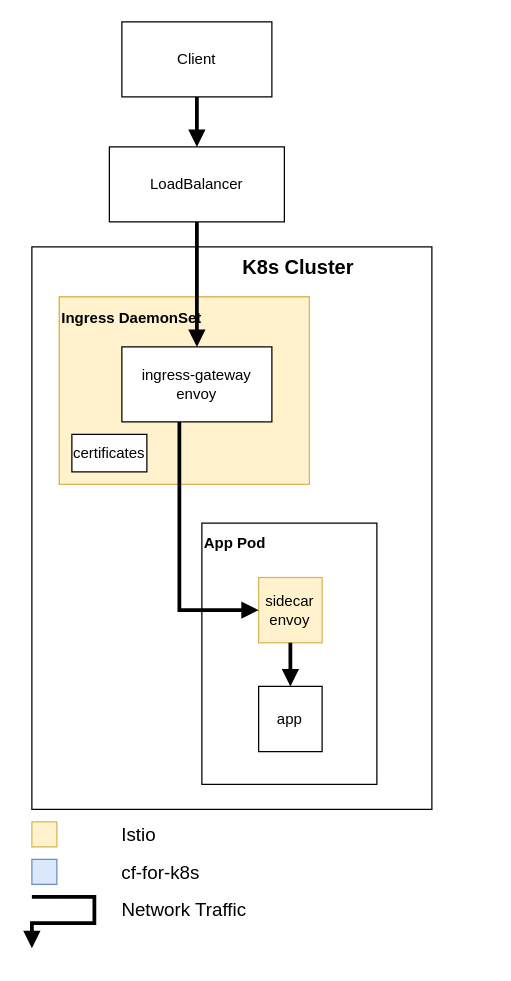
Earlier version of the draw.io diagram doc/PhysicalNetwork.drawio (akhinos/cf4k8s-networking). Source tidied: cells renumbered, new cells numbered last; positions are measured from the earlier drawing's top-left corner, leaving out a move shared by most shapes. Both pictures are drawn from the tidied source at 125%, with x=0, y=0 at pixel (31, 21).
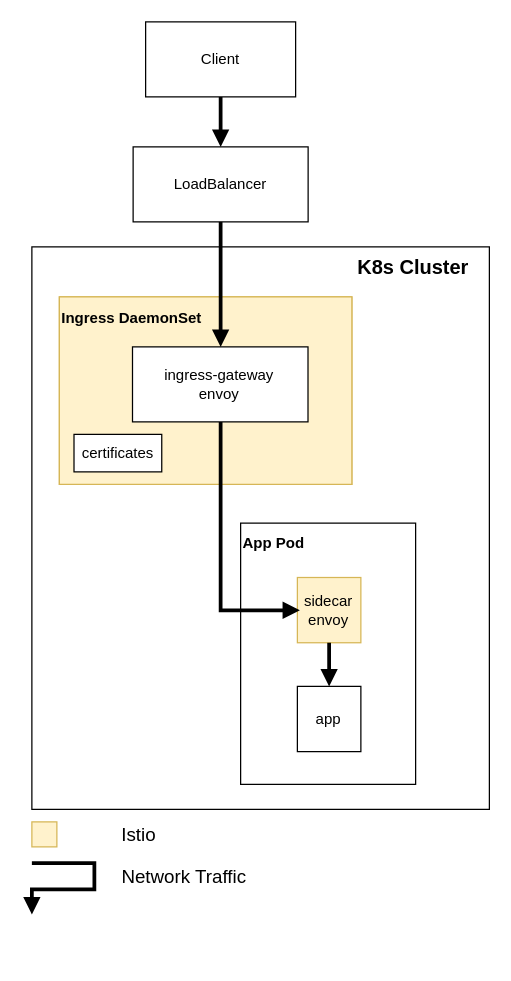
After the change.

Commit message (it also covers changes not shown here):
Remove unused legend from PhysicalNetwork

The change refers to these unchanged cells:
```xml
<mxCell id="8" value="sidecar&lt;br&gt;envoy" style="rounded=0;whiteSpace=wrap;html=1;fillColor=#fff2cc;strokeColor=#d6b656;" parent="6" vertex="1">
  <mxGeometry x="25.4" y="43.5" width="50.8" height="52.2" as="geometry" />
</mxCell>
<mxCell id="16" style="group;" parent="1" vertex="1">
  <mxGeometry y="640" width="180" height="81" as="geometry" />
</mxCell>
```

What changed in the source:
```diff
@@
-    <mxCell id="2" value="&amp;nbsp; &amp;nbsp; &amp;nbsp; &amp;nbsp; &amp;nbsp; &amp;nbsp; &amp;nbsp; &amp;nbsp; &amp;nbsp; &amp;nbsp; &amp;nbsp; &amp;nbsp; K8s Cluster" style="rounded=0;whiteSpace=wrap;html=1;fontSize=16;fontStyle=1;verticalAlign=top;" parent="1" vertex="1">
-      <mxGeometry y="180" width="320" height="450" as="geometry" />
+    <mxCell id="2" value="&amp;nbsp; &amp;nbsp; &amp;nbsp; &amp;nbsp; &amp;nbsp; &amp;nbsp; &amp;nbsp; &amp;nbsp; &amp;nbsp; &amp;nbsp; &amp;nbsp; &amp;nbsp; &amp;nbsp; &amp;nbsp; &amp;nbsp; &amp;nbsp; &amp;nbsp; &amp;nbsp; &amp;nbsp; &amp;nbsp; &amp;nbsp; &amp;nbsp; &amp;nbsp; &amp;nbsp; &amp;nbsp; &amp;nbsp; &amp;nbsp; &amp;nbsp;K8s Cluster" style="rounded=0;whiteSpace=wrap;html=1;fontSize=16;fontStyle=1;verticalAlign=top;" parent="1" vertex="1">
+      <mxGeometry y="180" width="366" height="450" as="geometry" />
     </mxCell>
@@
     <mxCell id="4" value="Client" style="rounded=0;whiteSpace=wrap;html=1;" parent="1" vertex="1">
-      <mxGeometry x="72" width="120" height="60" as="geometry" />
+      <mxGeometry x="91" width="120" height="60" as="geometry" />
     </mxCell>
     <mxCell id="5" value="LoadBalancer" style="rounded=0;whiteSpace=wrap;html=1;" parent="1" vertex="1">
-      <mxGeometry x="62" y="100" width="140" height="60" as="geometry" />
+      <mxGeometry x="81" y="100" width="140" height="60" as="geometry" />
     </mxCell>
     <mxCell id="6" style="group;align=left;" parent="1" vertex="1">
-      <mxGeometry x="156" y="401" width="120" height="209" as="geometry" />
+      <mxGeometry x="187" y="401" width="120" height="209" as="geometry" />
     </mxCell>
@@
     <mxCell id="11" style="group;fillColor=#fff2cc;strokeColor=#d6b656;" parent="1" vertex="1">
-      <mxGeometry x="22" y="220" width="200" height="150" as="geometry" />
+      <mxGeometry x="22" y="220" width="234" height="150" as="geometry" />
     </mxCell>
     <mxCell id="12" value="&lt;font style=&quot;font-size: 12px&quot;&gt;Ingress DaemonSet&lt;/font&gt;" style="rounded=0;whiteSpace=wrap;html=1;fontSize=15;verticalAlign=top;fontStyle=1;fillColor=#fff2cc;strokeColor=#d6b656;align=left;" parent="11" vertex="1">
-      <mxGeometry width="200" height="150" as="geometry" />
+      <mxGeometry width="234" height="150" as="geometry" />
     </mxCell>
     <mxCell id="13" value="ingress-gateway&lt;br&gt;envoy" style="rounded=0;whiteSpace=wrap;html=1;" parent="11" vertex="1">
-      <mxGeometry x="50" y="40" width="120" height="60" as="geometry" />
+      <mxGeometry x="58.5" y="40" width="140.4" height="60" as="geometry" />
     </mxCell>
     <mxCell id="14" value="certificates" style="rounded=0;whiteSpace=wrap;html=1;" parent="11" vertex="1">
-      <mxGeometry x="10" y="110" width="60" height="30" as="geometry" />
+      <mxGeometry x="11.7" y="110" width="70.2" height="30" as="geometry" />
     </mxCell>
-    <mxCell id="15" style="edgeStyle=orthogonalEdgeStyle;rounded=0;jettySize=auto;html=1;strokeWidth=3;endFill=1;endArrow=block;entryX=0;entryY=0.5;entryDx=0;entryDy=0;" parent="1" edge="1" target="8">
+    <mxCell id="15" style="edgeStyle=orthogonalEdgeStyle;rounded=0;orthogonalLoop=1;jettySize=auto;html=1;strokeWidth=3;endFill=1;endArrow=block;entryX=0;entryY=0.5;entryDx=0;entryDy=0;" parent="1" edge="1">
       <mxGeometry relative="1" as="geometry">
-        <mxPoint x="118" y="320" as="sourcePoint" />
+        <mxPoint x="151" y="320" as="sourcePoint" />
+        <mxPoint x="214.4" y="470.7" as="targetPoint" />
         <Array as="points">
-          <mxPoint x="118" y="471" />
+          <mxPoint x="151" y="471" />
         </Array>
       </mxGeometry>
     </mxCell>
@@
-    <mxCell id="19" style="group;" parent="16" vertex="1">
-      <mxGeometry y="30" width="110" height="20" as="geometry" />
-    </mxCell>
-    <mxCell id="20" style="rounded=0;whiteSpace=wrap;html=1;fillColor=#dae8fc;strokeColor=#6c8ebf;" parent="19" vertex="1">
-      <mxGeometry width="20" height="20" as="geometry" />
-    </mxCell>
-    <mxCell id="21" value="cf-for-k8s" style="text;html=1;strokeColor=none;fillColor=none;align=left;verticalAlign=middle;whiteSpace=wrap;rounded=0;labelBackgroundColor=none;fontSize=15;" parent="16" vertex="1">
-      <mxGeometry x="70" y="30" width="80" height="20" as="geometry" />
-    </mxCell>
@@
     <mxCell id="23" style="group;" parent="16" vertex="1">
-      <mxGeometry y="60" width="180" height="21" as="geometry" />
+      <mxGeometry y="33" width="180" height="21" as="geometry" />
     </mxCell>
@@
-    <mxCell id="26" style="edgeStyle=orthogonalEdgeStyle;rounded=0;jettySize=auto;html=1;exitX=0.5;exitY=1;exitDx=0;exitDy=0;entryX=0.5;entryY=0;entryDx=0;entryDy=0;endArrow=block;endFill=1;strokeWidth=3;" parent="1" edge="1" source="5" target="13">
-      <mxGeometry relative="1" as="geometry" />
+    <mxCell id="26" style="edgeStyle=orthogonalEdgeStyle;rounded=0;jettySize=auto;html=1;exitX=0.5;exitY=1;exitDx=0;exitDy=0;entryX=0.5;entryY=0;entryDx=0;entryDy=0;endArrow=block;endFill=1;strokeWidth=3;" parent="1" edge="1" source="5">
+      <mxGeometry relative="1" as="geometry">
+        <mxPoint x="151" y="260" as="targetPoint" />
+      </mxGeometry>
     </mxCell>
```
